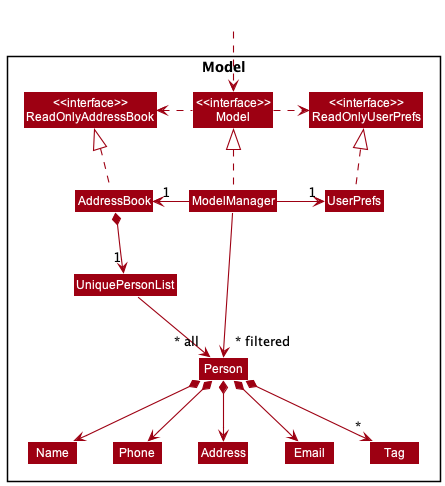
Before: docs/images/ModelClassDiagram.png, a diagram exported from PlantUML (nus-cs2103-AY2223S1/tp).
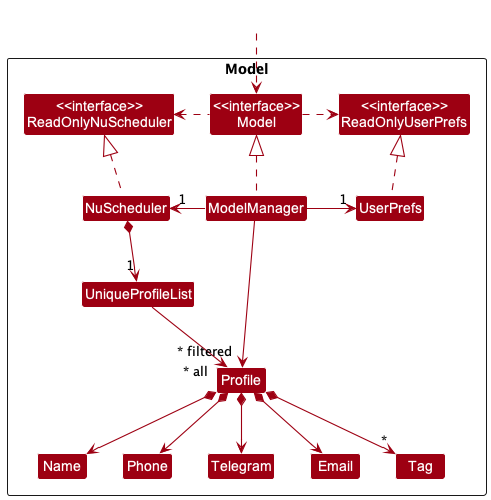
After the change.

The edit, as a diff of the source:
```diff
@@ -5,16 +5,16 @@
 skinparam classBackgroundColor MODEL_COLOR
 
 Package Model <<Rectangle>>{
-Class "<<interface>>\nReadOnlyAddressBook" as ReadOnlyAddressBook
+Class "<<interface>>\nReadOnlyNuScheduler" as ReadOnlyNuScheduler
 Class "<<interface>>\nReadOnlyUserPrefs" as ReadOnlyUserPrefs
 Class "<<interface>>\nModel" as Model
-Class AddressBook
+Class NuScheduler
 Class ModelManager
 Class UserPrefs
 
-Class UniquePersonList
-Class Person
-Class Address
+Class UniqueProfileList
+Class Profile
+Class Telegram
 Class Email
 Class Name
 Class Phone
@@ -25,26 +25,26 @@
 Class HiddenOutside #FFFFFF
 HiddenOutside ..> Model
 
-AddressBook .up.|> ReadOnlyAddressBook
+NuScheduler .up.|> ReadOnlyNuScheduler
 
 ModelManager .up.|> Model
 Model .right.> ReadOnlyUserPrefs
-Model .left.> ReadOnlyAddressBook
-ModelManager -left-> "1" AddressBook
+Model .left.> ReadOnlyNuScheduler
+ModelManager -left-> "1" NuScheduler
 ModelManager -right-> "1" UserPrefs
 UserPrefs .up.|> ReadOnlyUserPrefs
 
-AddressBook *--> "1" UniquePersonList
-UniquePersonList --> "~* all" Person
-Person *--> Name
-Person *--> Phone
-Person *--> Email
-Person *--> Address
-Person *--> "*" Tag
+NuScheduler *--> "1" UniqueProfileList
+UniqueProfileList --> "~* all" Profile
+Profile *--> Name
+Profile *--> Phone
+Profile *--> Email
+Profile *--> Telegram
+Profile *--> "*" Tag
 
 Name -[hidden]right-> Phone
-Phone -[hidden]right-> Address
-Address -[hidden]right-> Email
+Phone -[hidden]right-> Telegram
+Telegram -[hidden]right-> Email
 
-ModelManager -->"~* filtered" Person
+ModelManager -->"~* filtered" Profile
 @enduml
```
